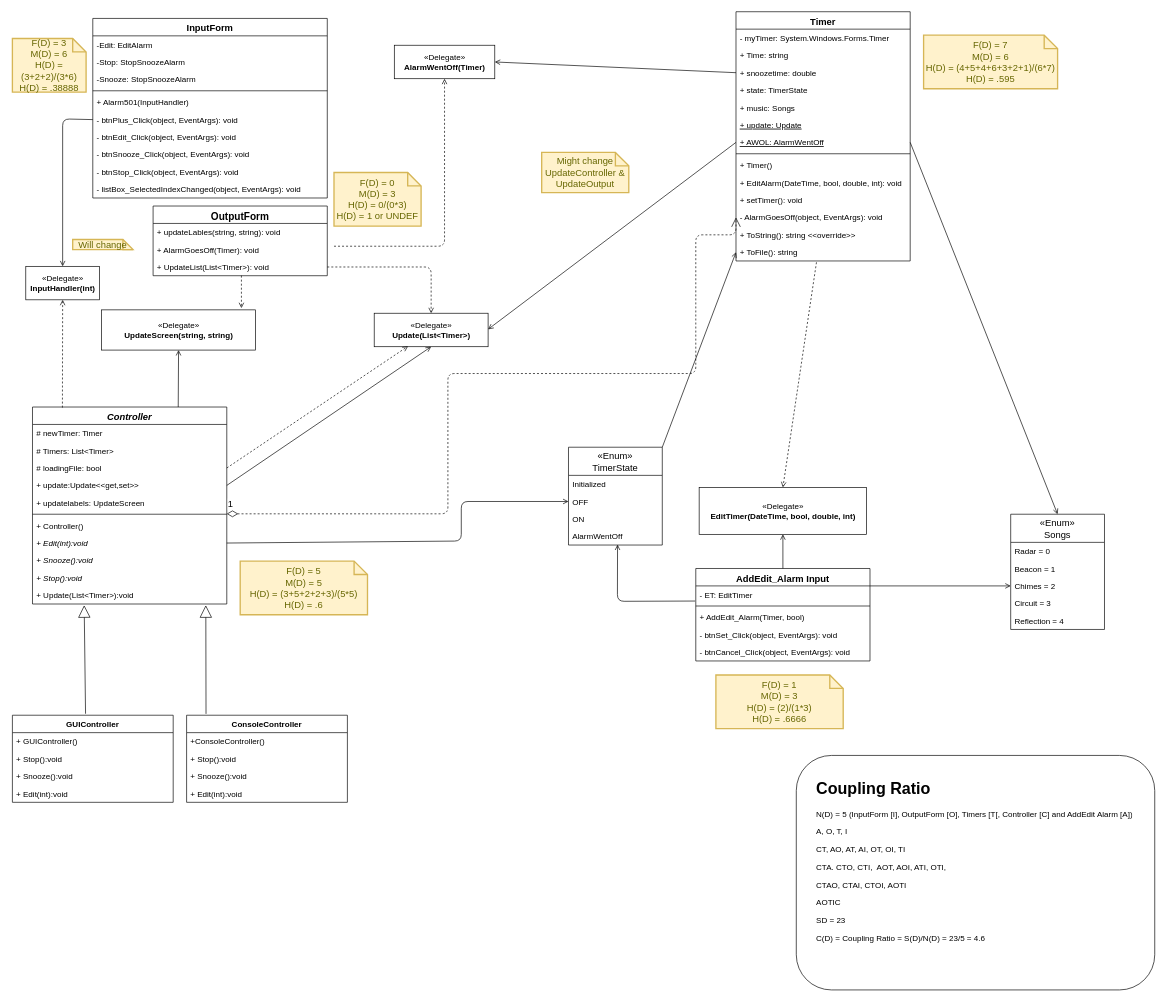
Earlier version of the draw.io diagram page "Page-1" (1 of 2) of Alarm-Project 3.drawio (Rosebaugh/CS501). Source tidied: cells renumbered, new cells numbered last; positions are measured from the earlier drawing's top-left corner, leaving out a move shared by most shapes. Both pictures are drawn from the tidied source at 67%, with x=0, y=0 at pixel (12, 11).
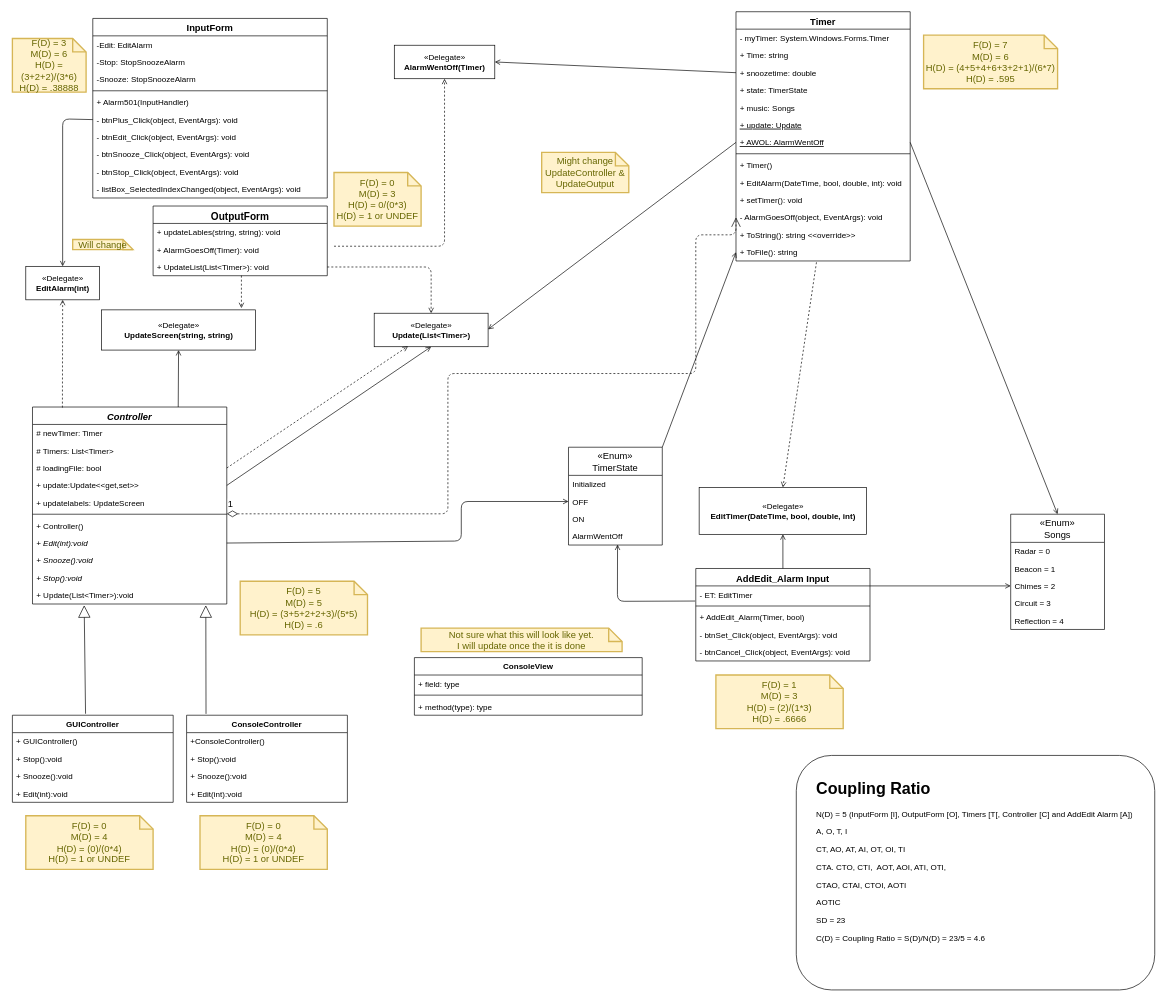
The same diagram, later.

The edit, as a diff of the source:
```diff
@@
-    <mxCell id="53" value="«Delegate»&lt;br&gt;&lt;b&gt;InputHandler(int)&lt;/b&gt;" style="html=1;" parent="1" vertex="1">
+    <mxCell id="53" value="«Delegate»&lt;br&gt;&lt;b&gt;EditAlarm(int)&lt;/b&gt;" style="html=1;" parent="1" vertex="1">
       <mxGeometry x="20" y="380" width="110" height="50" as="geometry" />
     </mxCell>
@@
     <mxCell id="88" value="F(D) = 5&lt;br&gt;M(D) = 5&lt;br&gt;H(D) = (3+5+2+2+3)/(5*5)&lt;br&gt;H(D) = .6" style="shape=note;strokeWidth=2;fontSize=14;size=20;whiteSpace=wrap;html=1;fillColor=#fff2cc;strokeColor=#d6b656;fontColor=#666600;" parent="1" vertex="1">
-      <mxGeometry x="340" y="820" width="190" height="80" as="geometry" />
+      <mxGeometry x="340" y="850" width="190" height="80" as="geometry" />
     </mxCell>
@@
+    <mxCell id="105" value="ConsoleView" style="swimlane;fontStyle=1;align=center;verticalAlign=top;horizontal=1;startSize=26;" parent="1" vertex="1">
+      <mxGeometry x="600" y="964" width="340" height="86" as="geometry" />
+    </mxCell>
+    <mxCell id="106" value="+ field: type" style="text;strokeColor=none;fillColor=none;align=left;verticalAlign=top;spacingLeft=4;spacingRight=4;overflow=hidden;" parent="105" vertex="1">
+      <mxGeometry y="26" width="340" height="26" as="geometry" />
+    </mxCell>
+    <mxCell id="107" style="line;strokeWidth=1;fillColor=none;align=left;verticalAlign=middle;spacingTop=-1;spacingLeft=3;spacingRight=3;labelPosition=right;" parent="105" vertex="1">
+      <mxGeometry y="52" width="340" height="8" as="geometry" />
+    </mxCell>
+    <mxCell id="108" value="+ method(type): type" style="text;strokeColor=none;fillColor=none;align=left;verticalAlign=top;spacingLeft=4;spacingRight=4;overflow=hidden;" parent="105" vertex="1">
+      <mxGeometry y="60" width="340" height="26" as="geometry" />
+    </mxCell>
+    <mxCell id="109" value="Not sure what this will look like yet.&lt;br&gt;I will update once the it is done" style="shape=note;strokeWidth=2;fontSize=14;size=20;whiteSpace=wrap;html=1;fillColor=#fff2cc;strokeColor=#d6b656;fontColor=#666600;" parent="1" vertex="1">
+      <mxGeometry x="610" y="920" width="300" height="35" as="geometry" />
+    </mxCell>
+    <mxCell id="110" value="F(D) = 0&lt;br&gt;M(D) = 4&lt;br&gt;H(D) = (0)/(0*4)&lt;br&gt;H(D) = 1 or UNDEF" style="shape=note;strokeWidth=2;fontSize=14;size=20;whiteSpace=wrap;html=1;fillColor=#fff2cc;strokeColor=#d6b656;fontColor=#666600;" parent="1" vertex="1">
+      <mxGeometry x="20" y="1200" width="190" height="80" as="geometry" />
+    </mxCell>
+    <mxCell id="111" value="F(D) = 0&lt;br&gt;M(D) = 4&lt;br&gt;H(D) = (0)/(0*4)&lt;br&gt;H(D) = 1 or UNDEF" style="shape=note;strokeWidth=2;fontSize=14;size=20;whiteSpace=wrap;html=1;fillColor=#fff2cc;strokeColor=#d6b656;fontColor=#666600;" parent="1" vertex="1">
+      <mxGeometry x="280" y="1200" width="190" height="80" as="geometry" />
+    </mxCell>
```
